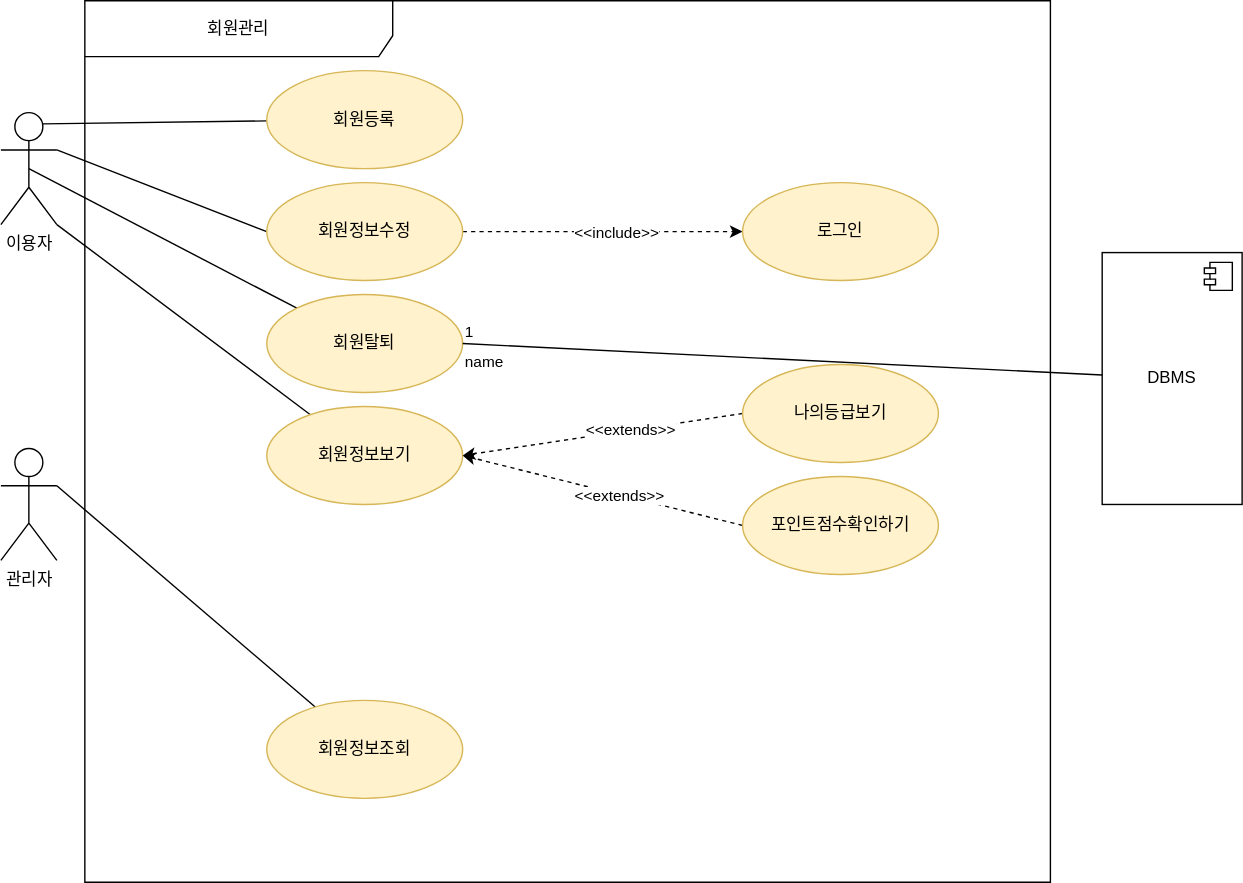
Earlier version of the draw.io export 제목 없는 다이어그램.drawio.svg (KHaeWon/multi_it_test). Source tidied: cells renumbered, new cells last; positions are measured from the earlier drawing's top-left corner, leaving out a move shared by most shapes. The source it was exported from:
```xml
<mxGraphModel>
  <root>
    <mxCell id="0" />
    <mxCell id="1" parent="0" />
    <mxCell id="2" style="rounded=0;jettySize=auto;html=1;exitX=1;exitY=0.3333333333333333;exitDx=0;exitDy=0;exitPerimeter=0;entryX=0;entryY=0.5;entryDx=0;entryDy=0;endArrow=none;endFill=0;" parent="1" edge="1" source="6" target="13">
      <mxGeometry relative="1" as="geometry" />
    </mxCell>
    <mxCell id="3" style="rounded=0;jettySize=auto;html=1;exitX=1;exitY=1;exitDx=0;exitDy=0;exitPerimeter=0;endArrow=none;endFill=0;" parent="1" edge="1" source="6" target="15">
      <mxGeometry relative="1" as="geometry" />
    </mxCell>
    <mxCell id="4" style="rounded=0;jettySize=auto;html=1;exitX=0.5;exitY=0.5;exitDx=0;exitDy=0;exitPerimeter=0;endArrow=none;endFill=0;" parent="1" edge="1" source="6" target="14">
      <mxGeometry relative="1" as="geometry" />
    </mxCell>
    <mxCell id="5" style="rounded=0;jettySize=auto;html=1;exitX=0.75;exitY=0.1;exitDx=0;exitDy=0;exitPerimeter=0;endArrow=none;endFill=0;" parent="1" edge="1" source="6" target="10">
      <mxGeometry relative="1" as="geometry" />
    </mxCell>
    <mxCell id="6" value="이용자&lt;br&gt;" style="shape=umlActor;verticalLabelPosition=bottom;verticalAlign=top;html=1;outlineConnect=0;" parent="1" vertex="1">
      <mxGeometry y="80" width="40" height="80" as="geometry" />
    </mxCell>
    <mxCell id="7" value="회원관리" style="shape=umlFrame;whiteSpace=wrap;html=1;width=220;height=40;" parent="1" vertex="1">
      <mxGeometry x="60" width="690" height="630" as="geometry" />
    </mxCell>
    <mxCell id="8" style="rounded=0;jettySize=auto;html=1;exitX=1;exitY=0.3333333333333333;exitDx=0;exitDy=0;exitPerimeter=0;endArrow=none;endFill=0;" parent="1" edge="1" source="9" target="16">
      <mxGeometry relative="1" as="geometry" />
    </mxCell>
    <mxCell id="9" value="관리자&lt;br&gt;" style="shape=umlActor;verticalLabelPosition=bottom;verticalAlign=top;html=1;outlineConnect=0;" parent="1" vertex="1">
      <mxGeometry y="320" width="40" height="80" as="geometry" />
    </mxCell>
    <mxCell id="10" value="회원등록" style="ellipse;whiteSpace=wrap;html=1;fillColor=#fff2cc;strokeColor=#d6b656;" parent="1" vertex="1">
      <mxGeometry x="190" y="50" width="140" height="70" as="geometry" />
    </mxCell>
    <mxCell id="11" style="edgeStyle=orthogonalEdgeStyle;rounded=0;jettySize=auto;html=1;dashed=1;" parent="1" edge="1" source="13" target="17">
      <mxGeometry relative="1" as="geometry" />
    </mxCell>
    <mxCell id="12" value="&amp;lt;&amp;lt;include&amp;gt;&amp;gt;" style="edgeLabel;html=1;align=center;verticalAlign=middle;" parent="11" vertex="1">
      <mxGeometry x="0.31" y="3" relative="1" as="geometry">
        <mxPoint x="-22" y="3" as="offset" />
      </mxGeometry>
    </mxCell>
    <mxCell id="13" value="회원정보수정" style="ellipse;whiteSpace=wrap;html=1;fillColor=#fff2cc;strokeColor=#d6b656;" parent="1" vertex="1">
      <mxGeometry x="190" y="130" width="140" height="70" as="geometry" />
    </mxCell>
    <mxCell id="14" value="회원탈퇴" style="ellipse;whiteSpace=wrap;html=1;fillColor=#fff2cc;strokeColor=#d6b656;" parent="1" vertex="1">
      <mxGeometry x="190" y="210" width="140" height="70" as="geometry" />
    </mxCell>
    <mxCell id="15" value="회원정보보기" style="ellipse;whiteSpace=wrap;html=1;fillColor=#fff2cc;strokeColor=#d6b656;" parent="1" vertex="1">
      <mxGeometry x="190" y="290" width="140" height="70" as="geometry" />
    </mxCell>
    <mxCell id="16" value="회원정보조회" style="ellipse;whiteSpace=wrap;html=1;fillColor=#fff2cc;strokeColor=#d6b656;" parent="1" vertex="1">
      <mxGeometry x="190" y="500" width="140" height="70" as="geometry" />
    </mxCell>
    <mxCell id="17" value="로그인" style="ellipse;whiteSpace=wrap;html=1;fillColor=#fff2cc;strokeColor=#d6b656;" parent="1" vertex="1">
      <mxGeometry x="530" y="130" width="140" height="70" as="geometry" />
    </mxCell>
    <mxCell id="18" style="rounded=0;jettySize=auto;html=1;exitX=0;exitY=0.5;exitDx=0;exitDy=0;dashed=1;" parent="1" edge="1" source="20">
      <mxGeometry relative="1" as="geometry">
        <mxPoint x="330" y="325" as="targetPoint" />
      </mxGeometry>
    </mxCell>
    <mxCell id="19" value="&amp;lt;&amp;lt;extends&amp;gt;&amp;gt;" style="edgeLabel;html=1;align=center;verticalAlign=middle;" parent="18" vertex="1">
      <mxGeometry x="-0.24" y="-4" relative="1" as="geometry">
        <mxPoint x="-4" y="4" as="offset" />
      </mxGeometry>
    </mxCell>
    <mxCell id="20" value="나의등급보기" style="ellipse;whiteSpace=wrap;html=1;fillColor=#fff2cc;strokeColor=#d6b656;" parent="1" vertex="1">
      <mxGeometry x="530" y="260" width="140" height="70" as="geometry" />
    </mxCell>
    <mxCell id="21" style="rounded=0;jettySize=auto;html=1;exitX=0;exitY=0.5;exitDx=0;exitDy=0;entryX=1;entryY=0.5;entryDx=0;entryDy=0;dashed=1;" parent="1" edge="1" source="23" target="15">
      <mxGeometry relative="1" as="geometry" />
    </mxCell>
    <mxCell id="22" value="&amp;lt;&amp;lt;extends&amp;gt;&amp;gt;" style="edgeLabel;html=1;align=center;verticalAlign=middle;" parent="21" vertex="1">
      <mxGeometry x="-0.13" y="4" relative="1" as="geometry">
        <mxPoint x="-1" y="-4" as="offset" />
      </mxGeometry>
    </mxCell>
    <mxCell id="23" value="포인트점수확인하기" style="ellipse;whiteSpace=wrap;html=1;fillColor=#fff2cc;strokeColor=#d6b656;" parent="1" vertex="1">
      <mxGeometry x="530" y="340" width="140" height="70" as="geometry" />
    </mxCell>
    <mxCell id="24" value="DBMS" style="html=1;whiteSpace=wrap;" parent="1" vertex="1">
      <mxGeometry x="787" y="180" width="100" height="180" as="geometry" />
    </mxCell>
    <mxCell id="25" style="shape=module;jettyWidth=8;jettyHeight=4;" parent="24" vertex="1">
      <mxGeometry x="1" width="20" height="20" relative="1" as="geometry">
        <mxPoint x="-27" y="7" as="offset" />
      </mxGeometry>
    </mxCell>
    <mxCell id="26" value="name" style="endArrow=none;endFill=0;html=1;align=left;verticalAlign=top;rounded=0;exitX=1;exitY=0.5;exitDx=0;exitDy=0;" parent="1" edge="1" source="14" target="24">
      <mxGeometry x="-1" relative="1" as="geometry" />
    </mxCell>
    <mxCell id="27" value="1" style="edgeLabel;html=1;align=left;verticalAlign=bottom;" parent="26" vertex="1">
      <mxGeometry x="-1" relative="1" as="geometry" />
    </mxCell>
  </root>
</mxGraphModel>
```
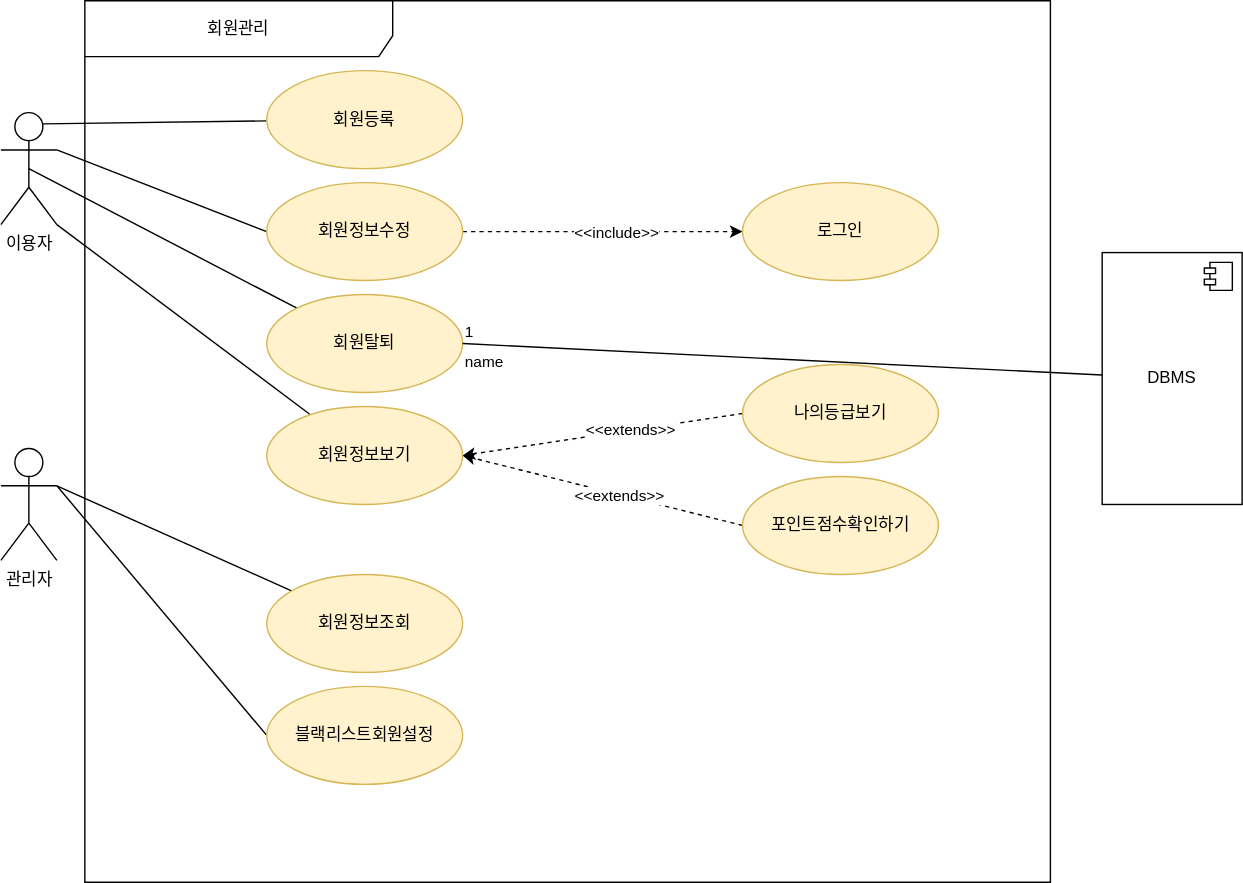
The same file after the commit.

Commit message:
제목 없는 다이어그램.drawio.svg이 추가되었습니다.

Diff of the diagram source:
```diff
@@ -23,6 +23,9 @@
     <mxCell id="8" style="rounded=0;jettySize=auto;html=1;exitX=1;exitY=0.3333333333333333;exitDx=0;exitDy=0;exitPerimeter=0;endArrow=none;endFill=0;" parent="1" edge="1" source="9" target="16">
       <mxGeometry relative="1" as="geometry" />
     </mxCell>
+    <mxCell id="28" style="rounded=0;jettySize=auto;html=1;exitX=1;exitY=0.3333333333333333;exitDx=0;exitDy=0;exitPerimeter=0;entryX=0;entryY=0.5;entryDx=0;entryDy=0;endArrow=none;endFill=0;" parent="1" edge="1" source="9" target="29">
+      <mxGeometry relative="1" as="geometry" />
+    </mxCell>
     <mxCell id="9" value="관리자&lt;br&gt;" style="shape=umlActor;verticalLabelPosition=bottom;verticalAlign=top;html=1;outlineConnect=0;" parent="1" vertex="1">
       <mxGeometry y="320" width="40" height="80" as="geometry" />
     </mxCell>
@@ -47,7 +50,7 @@
       <mxGeometry x="190" y="290" width="140" height="70" as="geometry" />
     </mxCell>
     <mxCell id="16" value="회원정보조회" style="ellipse;whiteSpace=wrap;html=1;fillColor=#fff2cc;strokeColor=#d6b656;" parent="1" vertex="1">
-      <mxGeometry x="190" y="500" width="140" height="70" as="geometry" />
+      <mxGeometry x="190" y="410" width="140" height="70" as="geometry" />
     </mxCell>
     <mxCell id="17" value="로그인" style="ellipse;whiteSpace=wrap;html=1;fillColor=#fff2cc;strokeColor=#d6b656;" parent="1" vertex="1">
       <mxGeometry x="530" y="130" width="140" height="70" as="geometry" />
@@ -90,5 +93,8 @@
     <mxCell id="27" value="1" style="edgeLabel;html=1;align=left;verticalAlign=bottom;" parent="26" vertex="1">
       <mxGeometry x="-1" relative="1" as="geometry" />
     </mxCell>
+    <mxCell id="29" value="블랙리스트회원설정" style="ellipse;whiteSpace=wrap;html=1;fillColor=#fff2cc;strokeColor=#d6b656;" parent="1" vertex="1">
+      <mxGeometry x="190" y="490" width="140" height="70" as="geometry" />
+    </mxCell>
   </root>
 </mxGraphModel>
```
